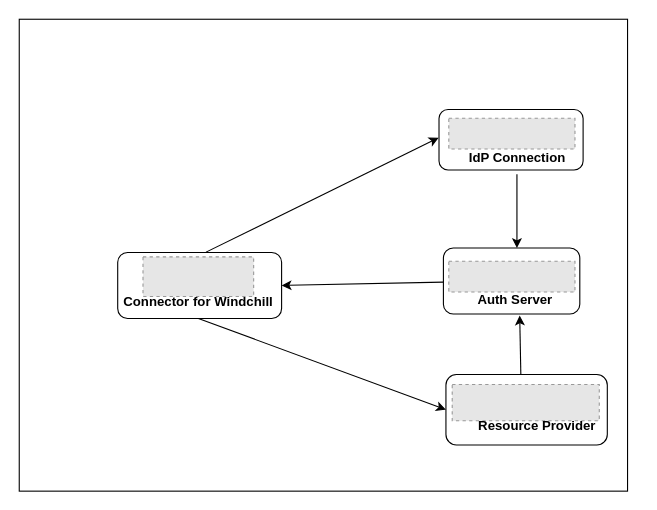
Before: Untitled Diagram.drawio in rohitgaikwad09/SAML, a draw.io diagram. Source tidied: cells renumbered, new cells numbered last; positions are measured from the earlier drawing's top-left corner, leaving out a move shared by most shapes. Both pictures are drawn from the tidied source at 110%, with x=0, y=0 at pixel (19, 19). Pictures stored in the file or linked from it are replaced by grey dashed boxes.
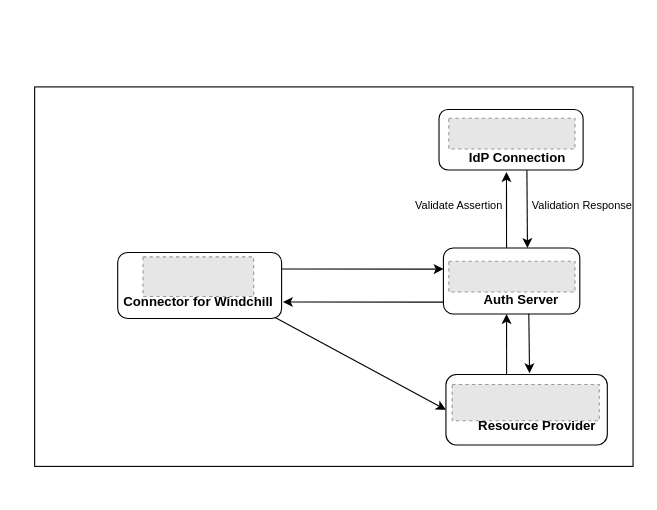
Above is the later version.

Unchanged cells that the change refers to:
```xml
<mxCell id="3" style="rounded=1;whiteSpace=wrap;html=1;" parent="1" vertex="1">
  <mxGeometry x="385.6" y="208" width="124" height="60" as="geometry" />
</mxCell>
<mxCell id="4" style="rounded=1;whiteSpace=wrap;html=1;" parent="1" vertex="1">
  <mxGeometry x="387.9" y="323" width="146.7" height="64" as="geometry" />
</mxCell>
<mxCell id="5" style="rounded=1;whiteSpace=wrap;html=1;" parent="1" vertex="1">
  <mxGeometry x="381.6" y="82" width="131" height="55" as="geometry" />
</mxCell>
<mxCell id="6" style="rounded=1;whiteSpace=wrap;html=1;" parent="1" vertex="1">
  <mxGeometry x="89.5" y="212" width="149" height="60" as="geometry" />
</mxCell>
<mxCell id="11" value="&lt;b&gt;&lt;font style=&quot;font-size: 12px;&quot;&gt;IdP Connection&lt;/font&gt;&lt;/b&gt;" style="text;html=1;strokeColor=none;fillColor=none;align=center;verticalAlign=middle;whiteSpace=wrap;rounded=0;" parent="1" vertex="1">
  <mxGeometry x="375.6" y="111" width="153.7" height="30" as="geometry" />
</mxCell>
<mxCell id="14" value="&lt;b&gt;&lt;font style=&quot;font-size: 12px;&quot;&gt;Connector for Windchill&lt;/font&gt;&lt;/b&gt;" style="text;html=1;strokeColor=none;fillColor=none;align=center;verticalAlign=middle;whiteSpace=wrap;rounded=0;" parent="1" vertex="1">
  <mxGeometry x="86" y="242" width="153.7" height="30" as="geometry" />
</mxCell>
```

The edit, as a diff of the source:
```diff
@@
     <mxCell id="2" style="rounded=0;whiteSpace=wrap;html=1;" parent="1" vertex="1">
-      <mxGeometry width="553" height="429" as="geometry" />
+      <mxGeometry x="14" y="61.5" width="544" height="345" as="geometry" />
     </mxCell>
@@
     <mxCell id="12" value="&lt;b&gt;&lt;font style=&quot;font-size: 12px;&quot;&gt;Auth Server&lt;/font&gt;&lt;/b&gt;" style="text;html=1;strokeColor=none;fillColor=none;align=center;verticalAlign=middle;whiteSpace=wrap;rounded=0;" parent="1" vertex="1">
-      <mxGeometry x="373.5" y="240" width="153.7" height="30" as="geometry" />
+      <mxGeometry x="386" y="240" width="141.2" height="30" as="geometry" />
     </mxCell>
@@
-    <mxCell id="15" style="endArrow=classic;html=1;rounded=0;exitX=0.539;exitY=-0.005;exitDx=0;exitDy=0;entryX=-0.002;entryY=0.466;entryDx=0;entryDy=0;entryPerimeter=0;exitPerimeter=0;" parent="1" edge="1" source="6" target="5">
-      <mxGeometry relative="1" as="geometry" />
-    </mxCell>
-    <mxCell id="16" style="endArrow=classic;html=1;rounded=0;entryX=1;entryY=0.5;entryDx=0;entryDy=0;exitX=0.078;exitY=-0.033;exitDx=0;exitDy=0;exitPerimeter=0;" parent="1" edge="1" source="12" target="6">
+    <mxCell id="16" style="endArrow=classic;html=1;rounded=0;entryX=1;entryY=0.5;entryDx=0;entryDy=0;exitX=-0.001;exitY=0.819;exitDx=0;exitDy=0;exitPerimeter=0;" parent="1" edge="1" source="3" target="14">
       <mxGeometry relative="1" as="geometry" />
     </mxCell>
-    <mxCell id="17" style="endArrow=classic;html=1;rounded=0;entryX=0.539;entryY=0;entryDx=0;entryDy=0;entryPerimeter=0;" parent="1" edge="1" source="11" target="3">
-      <mxGeometry relative="1" as="geometry" />
+    <mxCell id="17" style="endArrow=classic;html=1;rounded=0;entryX=0.539;entryY=0;entryDx=0;entryDy=0;entryPerimeter=0;exitX=0.497;exitY=0.867;exitDx=0;exitDy=0;exitPerimeter=0;" parent="1" edge="1">
+      <mxGeometry relative="1" as="geometry">
+        <mxPoint x="461.5" y="137" as="sourcePoint" />
+        <mxPoint x="462" y="208" as="targetPoint" />
+      </mxGeometry>
     </mxCell>
-    <mxCell id="18" style="endArrow=classic;html=1;rounded=0;exitX=0.5;exitY=1;exitDx=0;exitDy=0;entryX=0;entryY=0.5;entryDx=0;entryDy=0;" parent="1" edge="1" source="14" target="4">
+    <mxCell id="18" style="endArrow=classic;html=1;rounded=0;exitX=0.951;exitY=0.964;exitDx=0;exitDy=0;entryX=0;entryY=0.5;entryDx=0;entryDy=0;exitPerimeter=0;" parent="1" edge="1" source="14" target="4">
       <mxGeometry relative="1" as="geometry" />
     </mxCell>
-    <mxCell id="19" style="endArrow=classic;html=1;rounded=0;entryX=0.53;entryY=0.977;entryDx=0;entryDy=0;entryPerimeter=0;" parent="1" edge="1" target="12">
+    <mxCell id="19" style="endArrow=classic;html=1;rounded=0;entryX=0.53;entryY=0.977;entryDx=0;entryDy=0;entryPerimeter=0;exitX=0.376;exitY=-0.006;exitDx=0;exitDy=0;exitPerimeter=0;" parent="1" edge="1" source="4">
       <mxGeometry relative="1" as="geometry">
-        <mxPoint x="456" y="323" as="sourcePoint" />
+        <mxPoint x="443" y="268" as="targetPoint" />
       </mxGeometry>
     </mxCell>
+    <mxCell id="20" style="endArrow=classic;html=1;rounded=0;exitX=1;exitY=0.25;exitDx=0;exitDy=0;entryX=0.001;entryY=0.319;entryDx=0;entryDy=0;entryPerimeter=0;" parent="1" edge="1" source="6" target="3">
+      <mxGeometry relative="1" as="geometry" />
+    </mxCell>
+    <mxCell id="21" style="endArrow=classic;html=1;rounded=0;entryX=0.438;entryY=0.93;entryDx=0;entryDy=0;entryPerimeter=0;" parent="1" edge="1" target="11">
+      <mxGeometry relative="1" as="geometry">
+        <mxPoint x="443" y="208" as="sourcePoint" />
+      </mxGeometry>
+    </mxCell>
+    <mxCell id="22" value="&lt;font style=&quot;font-size: 10px;&quot;&gt;Validate Assertion&lt;/font&gt;" style="text;html=1;strokeColor=none;fillColor=none;align=center;verticalAlign=middle;whiteSpace=wrap;rounded=0;" parent="1" vertex="1">
+      <mxGeometry x="350" y="154" width="100" height="30" as="geometry" />
+    </mxCell>
+    <mxCell id="23" value="&lt;font style=&quot;font-size: 10px;&quot;&gt;Validation Response&lt;/font&gt;" style="text;html=1;strokeColor=none;fillColor=none;align=center;verticalAlign=middle;whiteSpace=wrap;rounded=0;" parent="1" vertex="1">
+      <mxGeometry x="462" y="154" width="100" height="30" as="geometry" />
+    </mxCell>
+    <mxCell id="24" style="endArrow=classic;html=1;rounded=0;entryX=0.518;entryY=-0.02;entryDx=0;entryDy=0;entryPerimeter=0;exitX=0.547;exitY=0.921;exitDx=0;exitDy=0;exitPerimeter=0;" parent="1" edge="1" source="12" target="4">
+      <mxGeometry relative="1" as="geometry" />
+    </mxCell>
```
